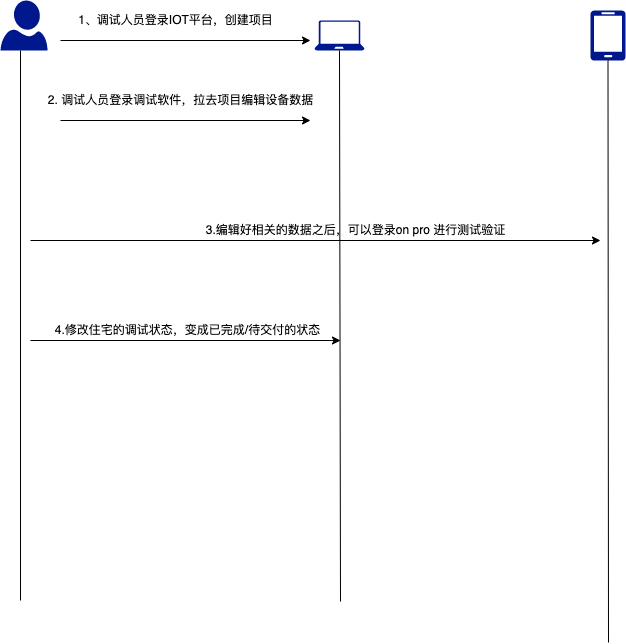
This is 住宅交付流程图.png from tytler98/tytler, a draw.io export, as it was before one commit. Source tidied: cells renumbered, new cells last; positions are measured from the earlier drawing's top-left corner, leaving out a move shared by most shapes.
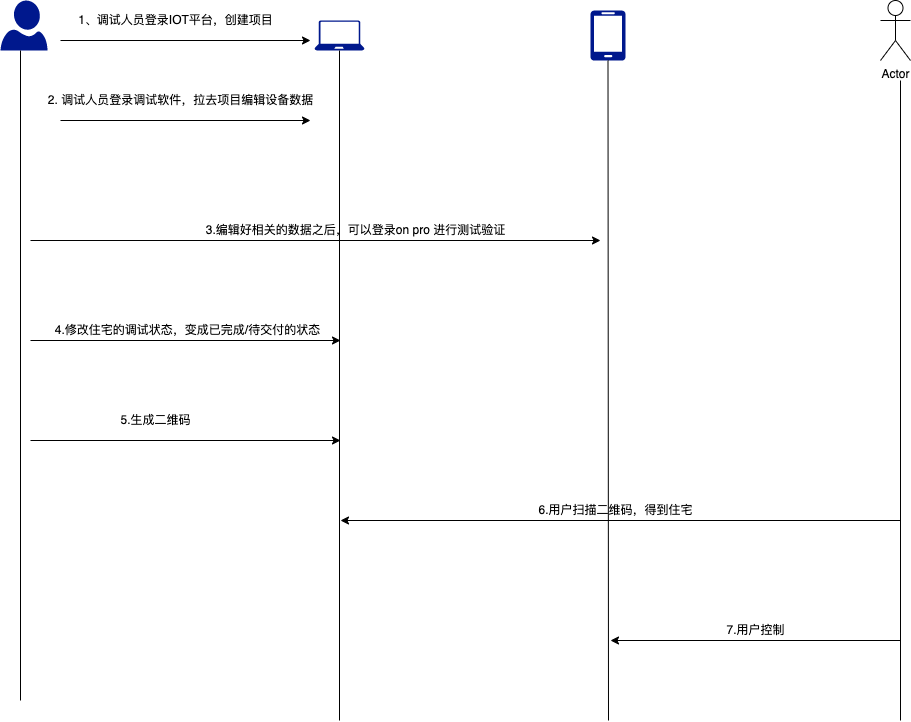
The same file after the commit.

Commit message:
Update 住宅交付流程图.png

The edit, as a diff of the source:
```diff
@@ -22,12 +22,12 @@
     </mxCell>
     <mxCell id="7" style="endArrow=none;html=1;rounded=0;entryX=0.5;entryY=1;entryDx=0;entryDy=0;entryPerimeter=0;" parent="1" edge="1" target="2">
       <mxGeometry relative="1" as="geometry">
-        <mxPoint x="340" y="601" as="sourcePoint" />
+        <mxPoint x="339" y="720" as="sourcePoint" />
       </mxGeometry>
     </mxCell>
     <mxCell id="8" style="endArrow=none;html=1;rounded=0;" parent="1" edge="1">
       <mxGeometry relative="1" as="geometry">
-        <mxPoint x="20" y="600" as="sourcePoint" />
+        <mxPoint x="20" y="700" as="sourcePoint" />
         <mxPoint x="20" y="50" as="targetPoint" />
       </mxGeometry>
     </mxCell>
@@ -42,7 +42,7 @@
     </mxCell>
     <mxCell id="11" style="endArrow=none;html=1;rounded=0;entryX=0.5;entryY=1;entryDx=0;entryDy=0;entryPerimeter=0;" parent="1" edge="1" target="6">
       <mxGeometry relative="1" as="geometry">
-        <mxPoint x="608" y="642" as="sourcePoint" />
+        <mxPoint x="608" y="720" as="sourcePoint" />
       </mxGeometry>
     </mxCell>
     <mxCell id="12" style="endArrow=classic;html=1;rounded=0;" parent="1" edge="1">
@@ -63,5 +63,41 @@
     <mxCell id="15" value="4.修改住宅的调试状态，变成已完成/待交付的状态" style="text;html=1;align=center;verticalAlign=middle;strokeColor=none;fillColor=none;" parent="1" vertex="1">
       <mxGeometry x="47" y="320" width="280" height="20" as="geometry" />
     </mxCell>
+    <mxCell id="16" value="Actor" style="shape=umlActor;verticalLabelPosition=bottom;verticalAlign=top;html=1;" parent="1" vertex="1">
+      <mxGeometry x="880" width="30" height="60" as="geometry" />
+    </mxCell>
+    <mxCell id="17" style="endArrow=none;html=1;rounded=0;" parent="1" edge="1">
+      <mxGeometry relative="1" as="geometry">
+        <mxPoint x="900" y="720" as="sourcePoint" />
+        <mxPoint x="900" y="80" as="targetPoint" />
+      </mxGeometry>
+    </mxCell>
+    <mxCell id="18" style="endArrow=classic;html=1;rounded=0;" parent="1" edge="1">
+      <mxGeometry relative="1" as="geometry">
+        <mxPoint x="30" y="440" as="sourcePoint" />
+        <mxPoint x="340" y="440" as="targetPoint" />
+      </mxGeometry>
+    </mxCell>
+    <mxCell id="19" value="5.生成二维码" style="text;html=1;align=center;verticalAlign=middle;strokeColor=none;fillColor=none;" parent="1" vertex="1">
+      <mxGeometry x="110" y="410" width="90" height="20" as="geometry" />
+    </mxCell>
+    <mxCell id="20" style="endArrow=classic;html=1;rounded=0;" parent="1" edge="1">
+      <mxGeometry relative="1" as="geometry">
+        <mxPoint x="900" y="520" as="sourcePoint" />
+        <mxPoint x="340" y="520" as="targetPoint" />
+      </mxGeometry>
+    </mxCell>
+    <mxCell id="21" value="6.用户扫描二维码，得到住宅" style="text;html=1;align=center;verticalAlign=middle;strokeColor=none;fillColor=none;" parent="1" vertex="1">
+      <mxGeometry x="530" y="500" width="170" height="20" as="geometry" />
+    </mxCell>
+    <mxCell id="22" style="endArrow=classic;html=1;rounded=0;" parent="1" edge="1">
+      <mxGeometry relative="1" as="geometry">
+        <mxPoint x="900" y="640" as="sourcePoint" />
+        <mxPoint x="610" y="640" as="targetPoint" />
+      </mxGeometry>
+    </mxCell>
+    <mxCell id="23" value="7.用户控制" style="text;html=1;align=center;verticalAlign=middle;strokeColor=none;fillColor=none;" parent="1" vertex="1">
+      <mxGeometry x="720" y="620" width="70" height="20" as="geometry" />
+    </mxCell>
   </root>
 </mxGraphModel>
```
